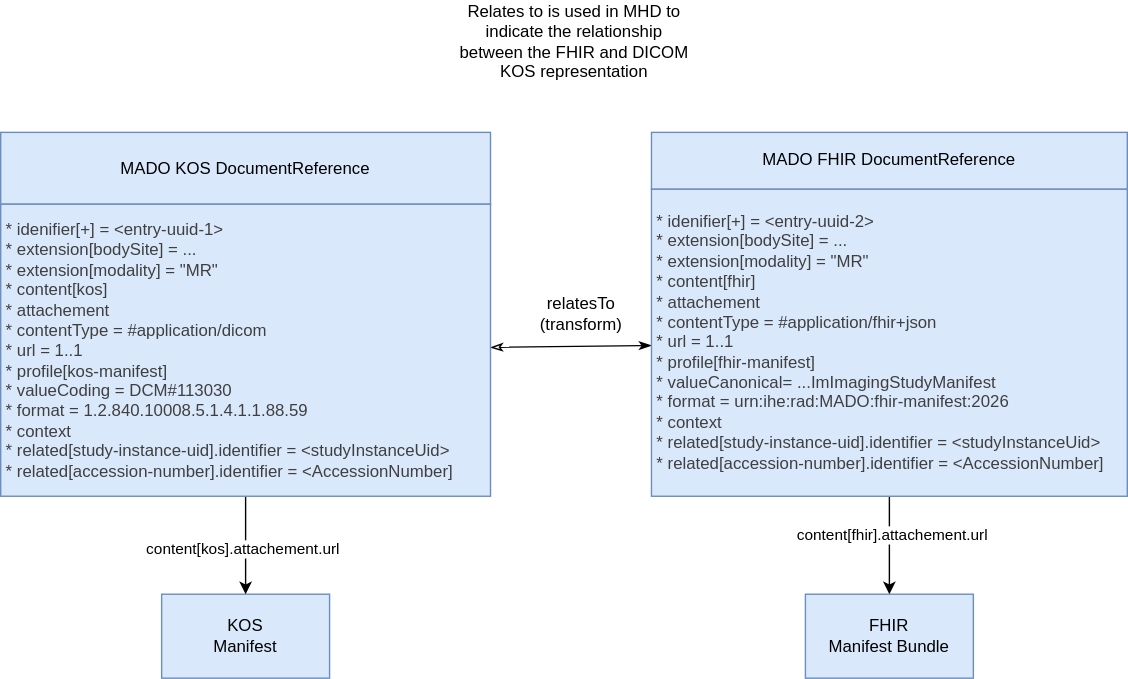
bvdh/bvdh-ihe-mado keeps this draw.io diagram as input/images/manifest-envelope.drawio.svg. Above is the earlier version. Source tidied: cells renumbered, new cells last; positions are measured from the earlier drawing's top-left corner, leaving out a move shared by most shapes.
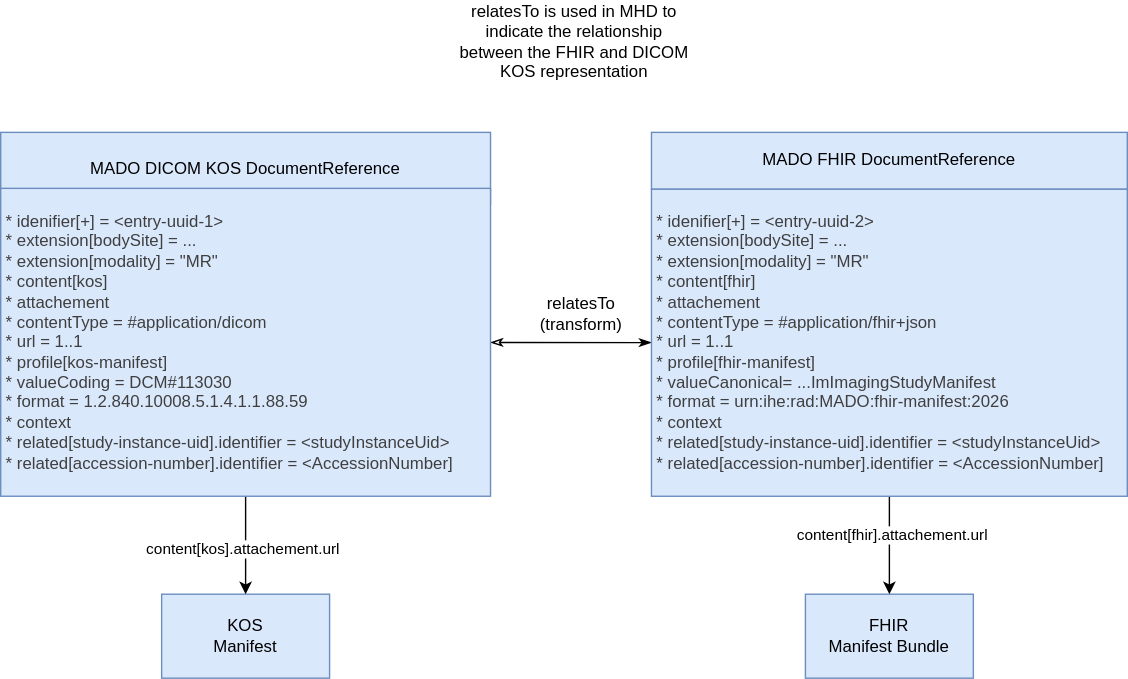
Later version of the same file.

What changed in the source:
```diff
@@ -26,17 +26,17 @@
     <mxCell id="9" style="edgeStyle=none;html=1;endArrow=classicThin;endFill=0;startArrow=classicThin;startFill=1;" parent="1" edge="1" source="16" target="13">
       <mxGeometry relative="1" as="geometry" />
     </mxCell>
-    <mxCell id="10" value="Relates to is used in MHD to indicate the relationship between the FHIR and DICOM KOS representation" style="text;html=1;align=center;verticalAlign=middle;whiteSpace=wrap;rounded=0;" parent="1" vertex="1">
+    <mxCell id="10" value="relatesTo is used in MHD to indicate the relationship between the FHIR and DICOM KOS representation" style="text;html=1;align=center;verticalAlign=middle;whiteSpace=wrap;rounded=0;" parent="1" vertex="1">
       <mxGeometry x="325" width="170" height="30" as="geometry" />
     </mxCell>
     <mxCell id="11" style="group;" parent="1" vertex="1">
       <mxGeometry x="80" y="80" width="270" height="260" as="geometry" />
     </mxCell>
-    <mxCell id="12" value="MADO KOS DocumentReference" style="whiteSpace=wrap;html=1;fillColor=#dae8fc;strokeColor=#6c8ebf;" parent="11" vertex="1">
+    <mxCell id="12" value="MADO DICOM KOS DocumentReference" style="whiteSpace=wrap;html=1;fillColor=#dae8fc;strokeColor=#6c8ebf;" parent="11" vertex="1">
       <mxGeometry x="-80" width="350" height="51.3" as="geometry" />
     </mxCell>
     <mxCell id="13" value="&lt;span style=&quot;background-color: transparent; scrollbar-color: rgb(226, 226, 226) rgb(251, 251, 251); color: rgb(63, 63, 63);&quot;&gt;&lt;div style=&quot;&quot;&gt;&lt;span style=&quot;scrollbar-color: rgb(226, 226, 226) rgb(251, 251, 251); color: rgb(63, 63, 63);&quot;&gt;&lt;div style=&quot;&quot;&gt;&lt;div&gt;&lt;span style=&quot;color: rgb(63, 63, 63); background-color: transparent;&quot;&gt;* idenifier[+] = &amp;lt;entry-uuid-1&amp;gt;&lt;/span&gt;&lt;/div&gt;&lt;div&gt;&lt;span style=&quot;color: rgb(63, 63, 63); background-color: transparent;&quot;&gt;* extension[bodySite] = ...&lt;/span&gt;&lt;/div&gt;&lt;div&gt;&lt;span style=&quot;color: rgb(63, 63, 63); background-color: transparent;&quot;&gt;* extension[modality] = &quot;MR&quot;&lt;/span&gt;&lt;/div&gt;&lt;div&gt;&lt;span style=&quot;color: rgb(63, 63, 63); background-color: transparent;&quot;&gt;* content[kos]&lt;/span&gt;&lt;/div&gt;&lt;div&gt;&amp;nbsp; * attachement&lt;/div&gt;&lt;div&gt;&amp;nbsp; &amp;nbsp; * contentType = #application/dicom&lt;/div&gt;&lt;div&gt;&amp;nbsp; &amp;nbsp; * url = 1..1&lt;/div&gt;&lt;div&gt;&amp;nbsp; * profile[kos-manifest]&lt;/div&gt;&lt;div&gt;&amp;nbsp; &amp;nbsp; * valueCoding = DCM#113030&lt;/div&gt;&lt;div&gt;&amp;nbsp; * format = 1.2.840.10008.5.1.4.1.1.88.59&lt;/div&gt;&lt;div&gt;* context&lt;/div&gt;&lt;div&gt;&amp;nbsp; * related[study-instance-uid].identifier = &amp;lt;studyInstanceUid&amp;gt;&lt;/div&gt;&lt;div&gt;&amp;nbsp; * related[accession-number].identifier = &amp;lt;AccessionNumber]&lt;/div&gt;&lt;/div&gt;&lt;/span&gt;&lt;/div&gt;&lt;/span&gt;" style="whiteSpace=wrap;html=1;align=left;spacingLeft=2;fillColor=#dae8fc;strokeColor=#6c8ebf;" parent="11" vertex="1">
-      <mxGeometry x="-80" y="51.3" width="350" height="208.7" as="geometry" />
+      <mxGeometry x="-80" y="40" width="350" height="220" as="geometry" />
     </mxCell>
     <mxCell id="14" style="group;" parent="1" vertex="1">
       <mxGeometry x="465" y="80" width="340" height="260" as="geometry" />
```
